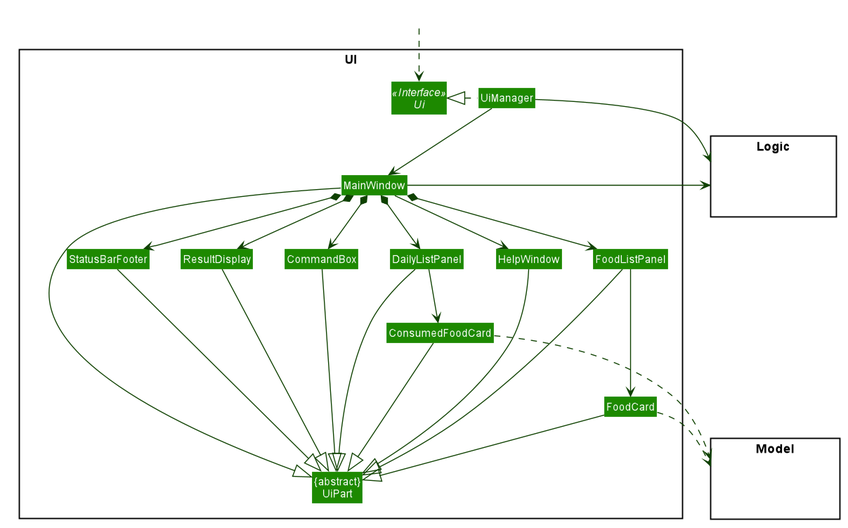
Earlier version of the PlantUML export images/UiClassDiagram.png (AY1920S2-CS2103T-F11-1/main).
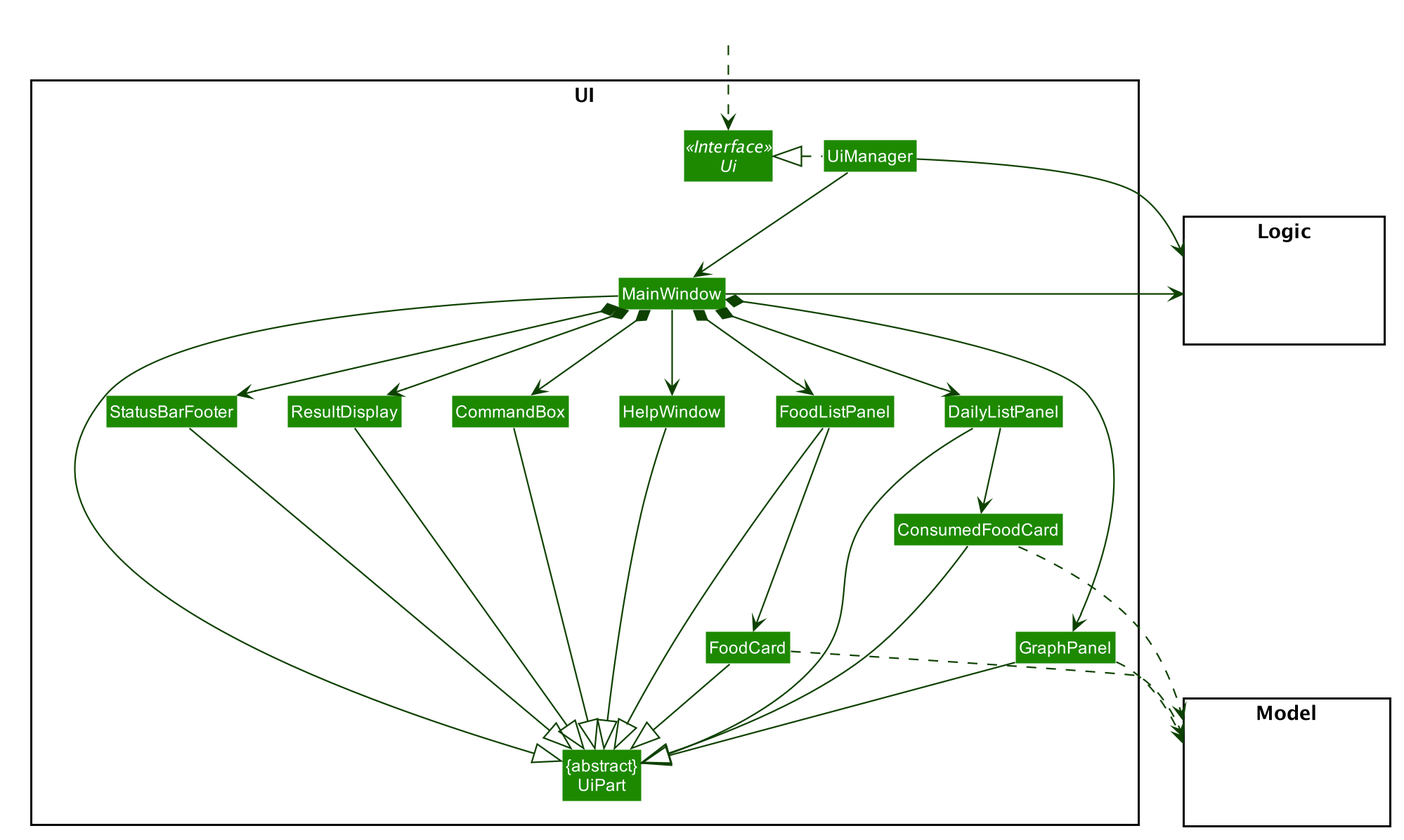
The same diagram one commit later.

Change to the diagram source:
```diff
@@ -1,4 +1,5 @@
 @startuml
+
 
 
 
@@ -64,6 +65,7 @@
 Class ConsumedFoodCard
 Class StatusBarFooter
 Class CommandBox
+Class GraphPanel
 }
 
 package Model <<Rectangle>> {
@@ -85,11 +87,13 @@
 MainWindow *-down-> FoodListPanel
 MainWindow *-down-> DailyListPanel
 MainWindow *-down-> StatusBarFooter
+MainWindow *-down-> GraphPanel
 
 FoodListPanel -down-> FoodCard
 DailyListPanel -down-> ConsumedFoodCard
 
 MainWindow -left-|> UiPart
+
 
 ResultDisplay --|> UiPart
 CommandBox --|> UiPart
@@ -99,7 +103,10 @@
 ConsumedFoodCard ---|> UiPart
 StatusBarFooter --|> UiPart
 HelpWindow -down-|> UiPart
+GraphPanel --|> UiPart
 
+
+GraphPanel ..> Model
 FoodCard ..> Model
 ConsumedFoodCard ..> Model
 UiManager -right-> Logic
```
